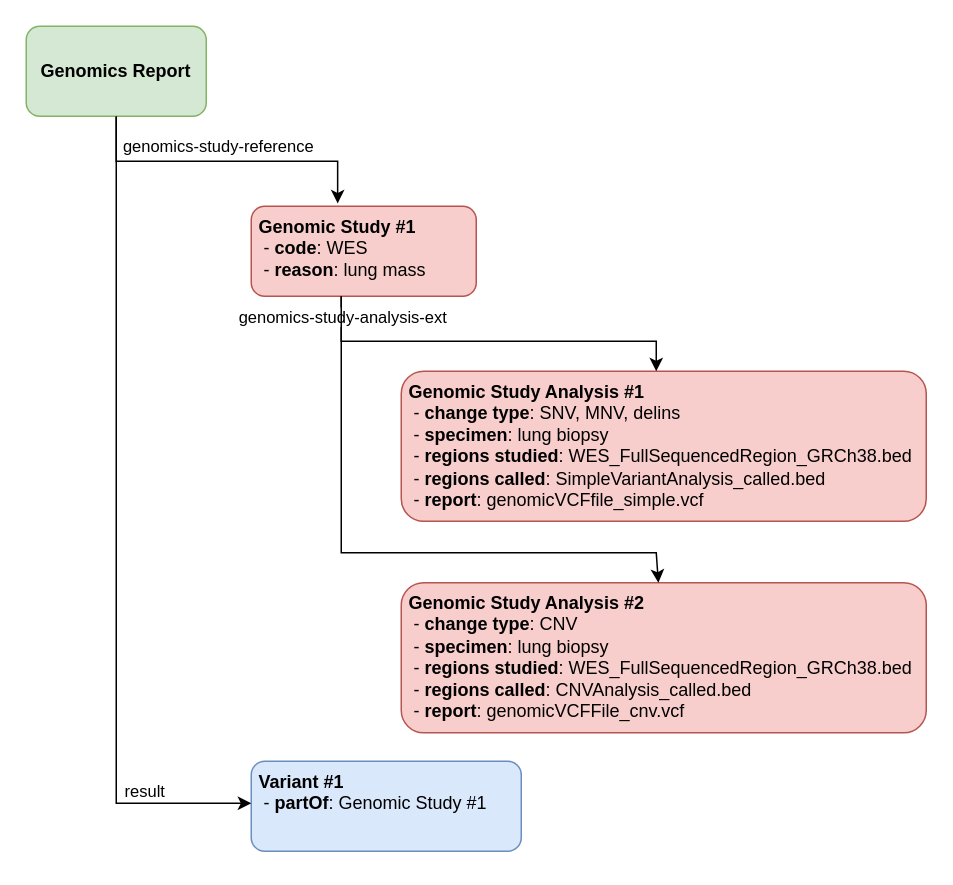
Above: input/images/genomicStudy.drawio in HL7/genomics-reporting (draw.io), before the change. Source tidied: cells renumbered, new cells numbered last; positions are measured from the earlier drawing's top-left corner, leaving out a move shared by most shapes. Both pictures are drawn from the tidied source at 150%, with x=0, y=0 at pixel (26, 26).
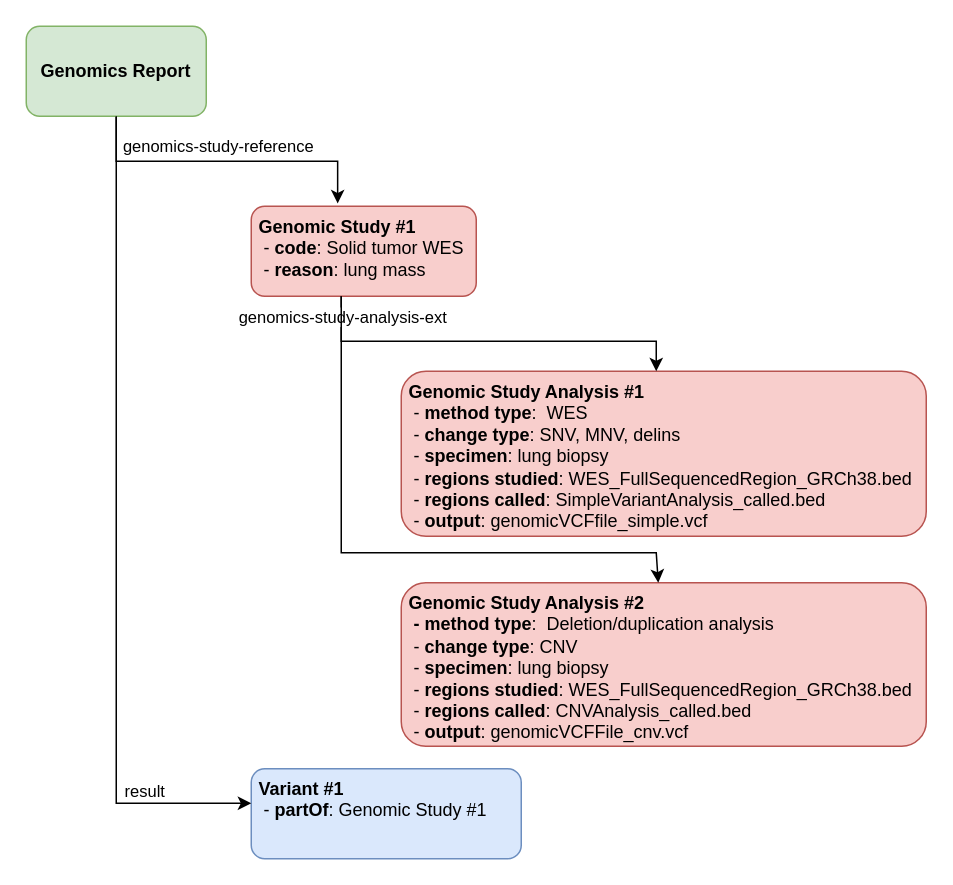
The same page after the edit.

Commit message (it also covers changes not shown here):
Updates to genomic study

What changed in the source:
```diff
@@
 <mxGraphModel>
   <root>
     <mxCell id="0" />
     <mxCell id="1" parent="0" />
     <mxCell id="2" value="genomics-study-reference" style="edgeStyle=orthogonalEdgeStyle;rounded=0;jettySize=auto;html=1;exitX=0.5;exitY=1;exitDx=0;exitDy=0;entryX=0.384;entryY=-0.031;entryDx=0;entryDy=0;entryPerimeter=0;" parent="1" edge="1" source="3" target="4">
       <mxGeometry x="-0.05" y="10" relative="1" as="geometry" />
     </mxCell>
     <mxCell id="3" value="Genomics Report" style="rounded=1;whiteSpace=wrap;html=1;fillColor=#d5e8d4;strokeColor=#82b366;fontStyle=1;" parent="1" vertex="1">
       <mxGeometry width="120" height="60" as="geometry" />
     </mxCell>
-    <mxCell id="4" value="&amp;nbsp;Genomic Study #1&lt;br&gt;&lt;span style=&quot;font-weight: normal;&quot;&gt;&amp;nbsp; - &lt;/span&gt;code&lt;span style=&quot;font-weight: normal;&quot;&gt;: WES&lt;br&gt;&amp;nbsp; - &lt;/span&gt;reason&lt;span style=&quot;font-weight: normal;&quot;&gt;: lung mass&lt;br&gt;&lt;/span&gt;" style="rounded=1;whiteSpace=wrap;html=1;fillColor=#f8cecc;strokeColor=#b85450;fontStyle=1;align=left;verticalAlign=top;" parent="1" vertex="1">
+    <mxCell id="4" value="&amp;nbsp;Genomic Study #1&lt;br&gt;&lt;span style=&quot;font-weight: normal;&quot;&gt;&amp;nbsp; - &lt;/span&gt;code&lt;span style=&quot;font-weight: normal;&quot;&gt;: Solid tumor WES&lt;br&gt;&amp;nbsp; - &lt;/span&gt;reason&lt;span style=&quot;font-weight: normal;&quot;&gt;: lung mass&lt;br&gt;&lt;/span&gt;" style="rounded=1;whiteSpace=wrap;html=1;fillColor=#f8cecc;strokeColor=#b85450;fontStyle=1;align=left;verticalAlign=top;" parent="1" vertex="1">
       <mxGeometry x="150" y="120" width="150" height="60" as="geometry" />
     </mxCell>
-    <mxCell id="5" value="&amp;nbsp;Genomic Study Analysis #1&lt;br&gt;&lt;span style=&quot;font-weight: normal;&quot;&gt;&amp;nbsp; - &lt;/span&gt;change type&lt;span style=&quot;font-weight: normal;&quot;&gt;: SNV, MNV, delins&lt;br&gt;&amp;nbsp; - &lt;/span&gt;specimen&lt;span style=&quot;font-weight: normal;&quot;&gt;: lung biopsy&lt;br&gt;&lt;/span&gt;&lt;span style=&quot;font-weight: normal;&quot;&gt;&amp;nbsp; - &lt;/span&gt;regions studied&lt;span style=&quot;font-weight: normal;&quot;&gt;:&amp;nbsp;WES_FullSequencedRegion_GRCh38.bed&lt;br&gt;&amp;nbsp; - &lt;/span&gt;regions called&lt;span style=&quot;font-weight: normal;&quot;&gt;: SimpleVariantAnalysis_called.bed&lt;br&gt;&amp;nbsp; - &lt;/span&gt;report&lt;span style=&quot;font-weight: normal;&quot;&gt;: genomicVCFfile_simple.vcf&lt;br&gt;&lt;/span&gt;" style="rounded=1;whiteSpace=wrap;html=1;fillColor=#f8cecc;strokeColor=#b85450;fontStyle=1;verticalAlign=top;align=left;" parent="1" vertex="1">
-      <mxGeometry x="250" y="230" width="350" height="100" as="geometry" />
+    <mxCell id="5" value="&amp;nbsp;Genomic Study Analysis #1&lt;br&gt;&lt;span style=&quot;font-weight: normal;&quot;&gt;&amp;nbsp; - &lt;/span&gt;method type&lt;span style=&quot;font-weight: normal;&quot;&gt;:&amp;nbsp; WES&lt;br&gt;&lt;/span&gt;&amp;nbsp;&lt;span style=&quot;font-weight: normal;&quot;&gt; - &lt;/span&gt;change type&lt;span style=&quot;font-weight: normal;&quot;&gt;: SNV, MNV, delins&lt;br&gt;&amp;nbsp; - &lt;/span&gt;specimen&lt;span style=&quot;font-weight: normal;&quot;&gt;: lung biopsy&lt;br&gt;&lt;/span&gt;&lt;span style=&quot;font-weight: normal;&quot;&gt;&amp;nbsp; - &lt;/span&gt;regions studied&lt;span style=&quot;font-weight: normal;&quot;&gt;:&amp;nbsp;WES_FullSequencedRegion_GRCh38.bed&lt;br&gt;&amp;nbsp; - &lt;/span&gt;regions called&lt;span style=&quot;font-weight: normal;&quot;&gt;: SimpleVariantAnalysis_called.bed&lt;br&gt;&amp;nbsp; - &lt;/span&gt;output&lt;span style=&quot;font-weight: normal;&quot;&gt;: genomicVCFfile_simple.vcf&lt;br&gt;&lt;/span&gt;" style="rounded=1;whiteSpace=wrap;html=1;fillColor=#f8cecc;strokeColor=#b85450;fontStyle=1;verticalAlign=top;align=left;" parent="1" vertex="1">
+      <mxGeometry x="250" y="230" width="350" height="110" as="geometry" />
     </mxCell>
     <mxCell id="6" style="endArrow=classic;html=1;rounded=0;exitX=0.5;exitY=1;exitDx=0;exitDy=0;" parent="1" edge="1">
       <mxGeometry relative="1" as="geometry">
         <mxPoint x="210" y="180" as="sourcePoint" />
         <mxPoint x="420" y="230" as="targetPoint" />
         <Array as="points">
           <mxPoint x="210" y="210" />
           <mxPoint x="420" y="210" />
         </Array>
       </mxGeometry>
     </mxCell>
     <mxCell id="7" value="genomics-study-analysis-ext" style="edgeLabel;html=1;align=center;verticalAlign=middle;" parent="6" vertex="1">
       <mxGeometry x="-0.81" y="1" relative="1" as="geometry">
         <mxPoint x="-1" y="-12" as="offset" />
       </mxGeometry>
     </mxCell>
-    <mxCell id="8" value="&amp;nbsp;Genomic Study Analysis #2&lt;br&gt;&lt;span style=&quot;font-weight: normal;&quot;&gt;&amp;nbsp; - &lt;/span&gt;change type&lt;span style=&quot;font-weight: normal;&quot;&gt;: CNV&lt;br&gt;&amp;nbsp; - &lt;/span&gt;specimen&lt;span style=&quot;font-weight: normal;&quot;&gt;: lung biopsy&lt;br&gt;&amp;nbsp; - &lt;/span&gt;regions studied&lt;span style=&quot;font-weight: normal;&quot;&gt;:&amp;nbsp;WES_FullSequencedRegion_GRCh38.bed&lt;br&gt;&amp;nbsp; - &lt;/span&gt;regions called&lt;span style=&quot;font-weight: normal;&quot;&gt;: CNVAnalysis_called.bed&lt;br&gt;&amp;nbsp; - &lt;/span&gt;report&lt;span style=&quot;font-weight: normal;&quot;&gt;: genomicVCFFile_cnv.vcf&lt;br&gt;&lt;/span&gt;" style="rounded=1;whiteSpace=wrap;html=1;fillColor=#f8cecc;strokeColor=#b85450;fontStyle=1;verticalAlign=top;align=left;" parent="1" vertex="1">
-      <mxGeometry x="250" y="371" width="350" height="100" as="geometry" />
+    <mxCell id="8" value="&amp;nbsp;Genomic Study Analysis #2&lt;br&gt;&amp;nbsp; -&amp;nbsp;method type&lt;span style=&quot;border-color: var(--border-color); font-weight: normal;&quot;&gt;:&amp;nbsp; Deletion/duplication analysis&lt;/span&gt;&lt;span style=&quot;font-weight: normal;&quot;&gt;&lt;br&gt;&amp;nbsp; - &lt;/span&gt;change type&lt;span style=&quot;font-weight: normal;&quot;&gt;: CNV&lt;br&gt;&amp;nbsp; - &lt;/span&gt;specimen&lt;span style=&quot;font-weight: normal;&quot;&gt;: lung biopsy&lt;br&gt;&amp;nbsp; - &lt;/span&gt;regions studied&lt;span style=&quot;font-weight: normal;&quot;&gt;:&amp;nbsp;WES_FullSequencedRegion_GRCh38.bed&lt;br&gt;&amp;nbsp; - &lt;/span&gt;regions called&lt;span style=&quot;font-weight: normal;&quot;&gt;: CNVAnalysis_called.bed&lt;br&gt;&amp;nbsp; - &lt;/span&gt;output&lt;span style=&quot;font-weight: normal;&quot;&gt;: genomicVCFFile_cnv.vcf&lt;br&gt;&lt;/span&gt;" style="rounded=1;whiteSpace=wrap;html=1;fillColor=#f8cecc;strokeColor=#b85450;fontStyle=1;verticalAlign=top;align=left;" parent="1" vertex="1">
+      <mxGeometry x="250" y="371" width="350" height="109" as="geometry" />
     </mxCell>
     <mxCell id="9" style="endArrow=classic;html=1;rounded=0;" parent="1" edge="1" target="8">
       <mxGeometry relative="1" as="geometry">
         <mxPoint x="210" y="180" as="sourcePoint" />
         <Array as="points">
           <mxPoint x="210" y="351" />
           <mxPoint x="420" y="351" />
         </Array>
       </mxGeometry>
     </mxCell>
     <mxCell id="10" value="&amp;nbsp;Variant #1&lt;br&gt;&lt;span style=&quot;font-weight: normal;&quot;&gt;&amp;nbsp; - &lt;/span&gt;partOf&lt;span style=&quot;font-weight: normal;&quot;&gt;: Genomic Study #1&lt;/span&gt;" style="rounded=1;whiteSpace=wrap;html=1;fillColor=#dae8fc;strokeColor=#6c8ebf;fontStyle=1;align=left;verticalAlign=top;" parent="1" vertex="1">
-      <mxGeometry x="150" y="490" width="180" height="60" as="geometry" />
+      <mxGeometry x="150" y="495" width="180" height="60" as="geometry" />
     </mxCell>
     <mxCell id="11" value="result" style="edgeStyle=orthogonalEdgeStyle;rounded=0;jettySize=auto;html=1;exitX=0.5;exitY=1;exitDx=0;exitDy=0;" parent="1" edge="1" source="3" target="10">
       <mxGeometry x="0.74" y="8" relative="1" as="geometry">
         <Array as="points">
           <mxPoint x="60" y="518" />
         </Array>
       </mxGeometry>
     </mxCell>
   </root>
 </mxGraphModel>
```
